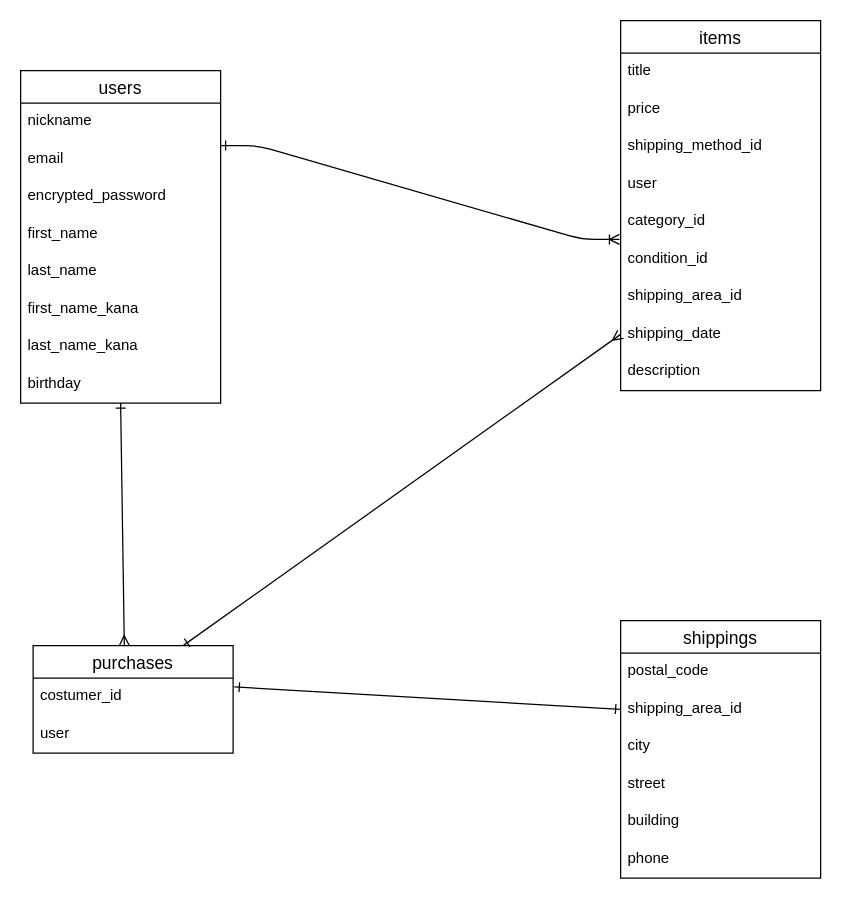
The draw.io diagram ER.dio in jinyaishida/furima-37645, before the edit. Source tidied: cells renumbered, new cells numbered last; positions are measured from the earlier drawing's top-left corner, leaving out a move shared by most shapes. Both pictures are drawn from the tidied source at 125%, with x=0, y=0 at pixel (20, 20).
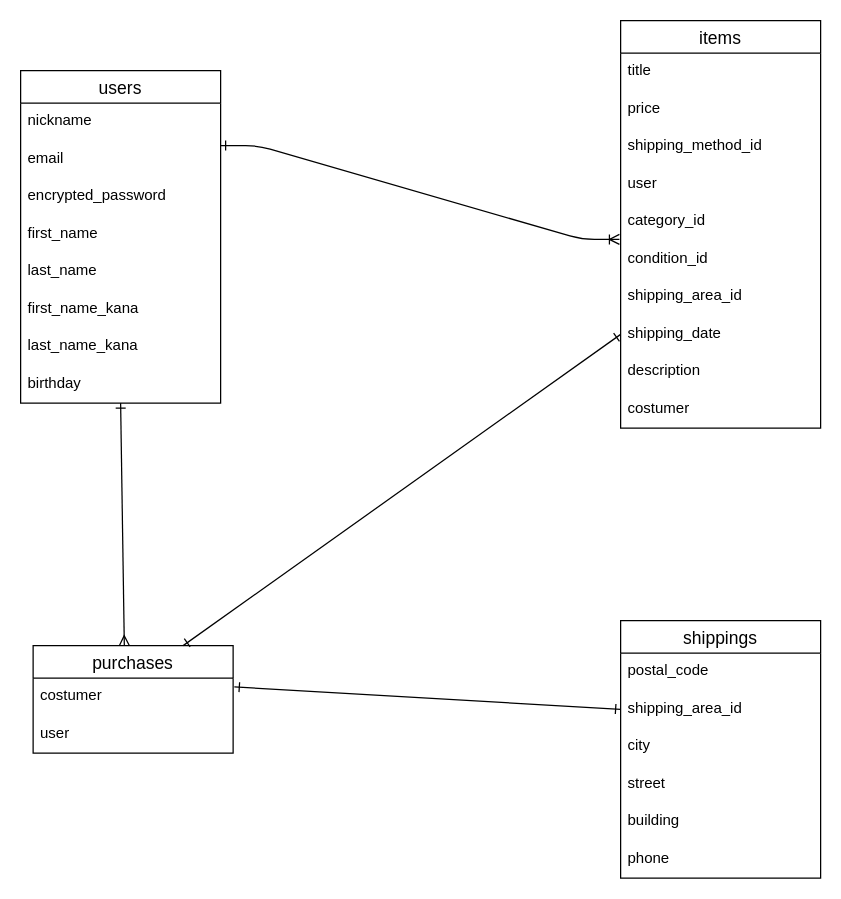
Above is the later version.

Unchanged cells that the change refers to:
```xml
<mxCell id="19" value="shipping_date" style="text;strokeColor=none;fillColor=none;spacingLeft=4;spacingRight=4;overflow=hidden;points=[[0,0.5],[1,0.5]];portConstraint=eastwest;fontSize=12;" parent="11" vertex="1">
  <mxGeometry y="236" width="160" height="30" as="geometry" />
</mxCell>
<mxCell id="22" value="purchases" style="swimlane;fontStyle=0;horizontal=1;startSize=26;align=center;fontSize=14;" parent="1" vertex="1">
  <mxGeometry x="10" y="500" width="160" height="86" as="geometry" />
</mxCell>
```

The edit, as a diff of the source:
```diff
@@
     <mxCell id="11" value="items" style="swimlane;fontStyle=0;horizontal=1;startSize=26;align=center;fontSize=14;" parent="1" vertex="1">
-      <mxGeometry x="480" width="160" height="296" as="geometry" />
+      <mxGeometry x="480" width="160" height="326" as="geometry" />
     </mxCell>
@@
+    <mxCell id="35" value="costumer" style="text;strokeColor=none;fillColor=none;spacingLeft=4;spacingRight=4;overflow=hidden;fontSize=12;" parent="11" vertex="1">
+      <mxGeometry y="296" width="160" height="30" as="geometry" />
+    </mxCell>
@@
-    <mxCell id="23" value="costumer_id" style="text;strokeColor=none;fillColor=none;spacingLeft=4;spacingRight=4;overflow=hidden;points=[[0,0.5],[1,0.5]];portConstraint=eastwest;fontSize=12;" parent="22" vertex="1">
+    <mxCell id="23" value="costumer" style="text;strokeColor=none;fillColor=none;spacingLeft=4;spacingRight=4;overflow=hidden;points=[[0,0.5],[1,0.5]];portConstraint=eastwest;fontSize=12;" parent="22" vertex="1">
       <mxGeometry y="26" width="160" height="30" as="geometry" />
     </mxCell>
@@
-    <mxCell id="34" style="edgeStyle=none;html=1;exitX=0;exitY=0.5;exitDx=0;exitDy=0;entryX=0.75;entryY=0;entryDx=0;entryDy=0;startArrow=ERmany;startFill=0;endArrow=ERone;endFill=0;" parent="1" edge="1" source="19" target="22">
+    <mxCell id="34" style="edgeStyle=none;html=1;exitX=0;exitY=0.5;exitDx=0;exitDy=0;entryX=0.75;entryY=0;entryDx=0;entryDy=0;startArrow=ERone;startFill=0;endArrow=ERone;endFill=0;" parent="1" edge="1" source="19" target="22">
       <mxGeometry relative="1" as="geometry" />
     </mxCell>
```
